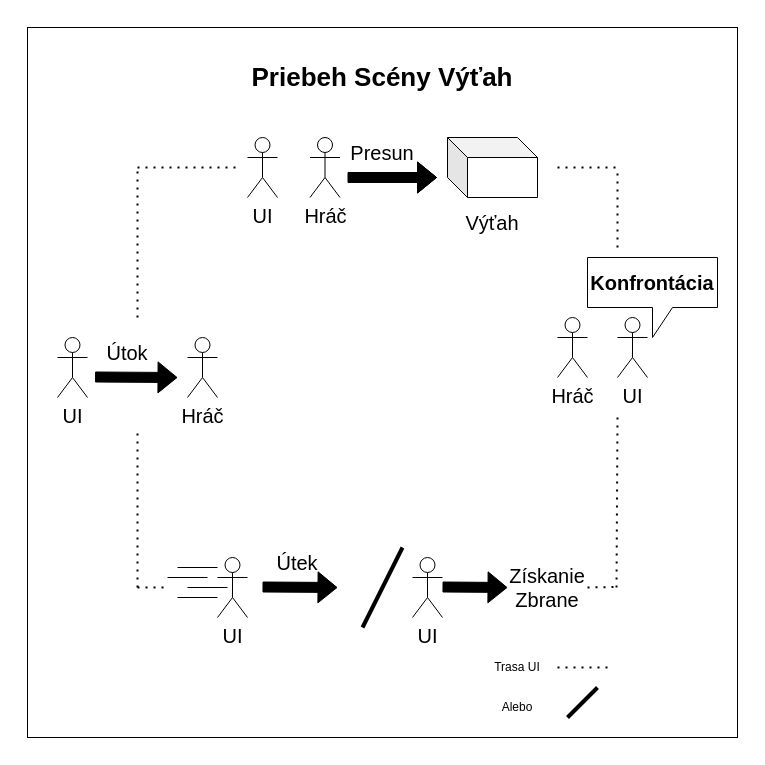
MatejMistik/bachelors-fear-factor keeps this draw.io diagram as ElevatorConcept.drawio. Above is the earlier version. Source tidied: cells renumbered, new cells numbered last; positions are measured from the earlier drawing's top-left corner, leaving out a move shared by most shapes. Both pictures are drawn from the tidied source at 100%, with x=0, y=0 at pixel (27, 27).
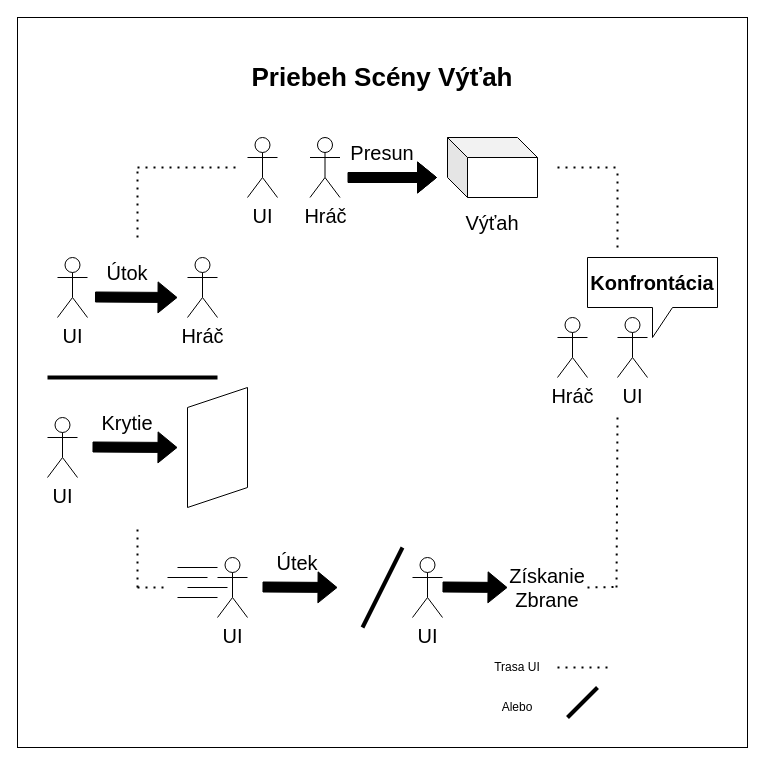
The same diagram, later.

Diff of the diagram source:
```diff
@@
-    <mxCell id="2" style="whiteSpace=wrap;html=1;fontSize=20;" parent="1" vertex="1">
-      <mxGeometry width="710" height="710" as="geometry" />
-    </mxCell>
+    <mxCell id="41" style="whiteSpace=wrap;html=1;" parent="1" vertex="1">
+      <mxGeometry x="-10" y="-10" width="730" height="730" as="geometry" />
+    </mxCell>
@@
     <mxCell id="5" style="endArrow=none;dashed=1;html=1;dashPattern=1 3;strokeWidth=2;rounded=0;" parent="1" edge="1">
       <mxGeometry relative="1" as="geometry">
         <mxPoint x="110" y="560" as="sourcePoint" />
-        <mxPoint x="110" y="400" as="targetPoint" />
+        <mxPoint x="110" y="500" as="targetPoint" />
       </mxGeometry>
     </mxCell>
@@
     <mxCell id="13" style="endArrow=none;dashed=1;html=1;dashPattern=1 3;strokeWidth=2;rounded=0;" parent="1" edge="1">
       <mxGeometry relative="1" as="geometry">
-        <mxPoint x="110" y="290" as="sourcePoint" />
+        <mxPoint x="110" y="210" as="sourcePoint" />
         <mxPoint x="110" y="140" as="targetPoint" />
       </mxGeometry>
     </mxCell>
@@
+    <mxCell id="37" value="&lt;font style=&quot;font-size: 20px;&quot;&gt;UI&lt;/font&gt;" style="shape=umlActor;verticalLabelPosition=bottom;verticalAlign=top;html=1;" parent="1" vertex="1">
+      <mxGeometry x="385" y="530" width="30" height="60" as="geometry" />
+    </mxCell>
+    <mxCell id="38" value="Presun" style="text;html=1;strokeColor=none;fillColor=none;align=center;verticalAlign=middle;whiteSpace=wrap;rounded=0;fontSize=20;" parent="1" vertex="1">
+      <mxGeometry x="325" y="110" width="60" height="30" as="geometry" />
+    </mxCell>
+    <mxCell id="39" value="Získanie Zbrane" style="text;html=1;strokeColor=none;fillColor=none;align=center;verticalAlign=middle;whiteSpace=wrap;rounded=0;fontSize=20;" parent="1" vertex="1">
+      <mxGeometry x="490" y="545" width="60" height="30" as="geometry" />
+    </mxCell>
+    <mxCell id="40" style="shape=flexArrow;endArrow=classic;html=1;rounded=0;fontSize=20;fillColor=#000000;" parent="1" edge="1">
+      <mxGeometry relative="1" as="geometry">
+        <mxPoint x="415" y="559.5" as="sourcePoint" />
+        <mxPoint x="480" y="560" as="targetPoint" />
+      </mxGeometry>
+    </mxCell>
     <mxCell id="33" value="&lt;font style=&quot;font-size: 20px;&quot;&gt;UI&lt;/font&gt;" style="shape=umlActor;verticalLabelPosition=bottom;verticalAlign=top;html=1;" parent="1" vertex="1">
-      <mxGeometry x="30" y="310" width="30" height="60" as="geometry" />
+      <mxGeometry x="30" y="230" width="30" height="60" as="geometry" />
     </mxCell>
     <mxCell id="34" style="shape=flexArrow;endArrow=classic;html=1;rounded=0;fontSize=20;fillColor=#000000;" parent="1" edge="1">
       <mxGeometry relative="1" as="geometry">
-        <mxPoint x="67.5" y="349.5" as="sourcePoint" />
-        <mxPoint x="150" y="350" as="targetPoint" />
+        <mxPoint x="67.5" y="269.5" as="sourcePoint" />
+        <mxPoint x="150" y="270" as="targetPoint" />
       </mxGeometry>
     </mxCell>
     <mxCell id="35" value="Útok" style="text;html=1;strokeColor=none;fillColor=none;align=center;verticalAlign=middle;whiteSpace=wrap;rounded=0;fontSize=20;" parent="1" vertex="1">
-      <mxGeometry x="70" y="310" width="60" height="30" as="geometry" />
+      <mxGeometry x="70" y="230" width="60" height="30" as="geometry" />
     </mxCell>
     <mxCell id="36" value="&lt;font style=&quot;font-size: 20px;&quot;&gt;Hráč&lt;/font&gt;" style="shape=umlActor;verticalLabelPosition=bottom;verticalAlign=top;html=1;" parent="1" vertex="1">
-      <mxGeometry x="160" y="310" width="30" height="60" as="geometry" />
+      <mxGeometry x="160" y="230" width="30" height="60" as="geometry" />
     </mxCell>
-    <mxCell id="37" value="&lt;font style=&quot;font-size: 20px;&quot;&gt;UI&lt;/font&gt;" style="shape=umlActor;verticalLabelPosition=bottom;verticalAlign=top;html=1;" parent="1" vertex="1">
-      <mxGeometry x="385" y="530" width="30" height="60" as="geometry" />
-    </mxCell>
-    <mxCell id="38" value="Presun" style="text;html=1;strokeColor=none;fillColor=none;align=center;verticalAlign=middle;whiteSpace=wrap;rounded=0;fontSize=20;" parent="1" vertex="1">
-      <mxGeometry x="325" y="110" width="60" height="30" as="geometry" />
-    </mxCell>
-    <mxCell id="39" value="Získanie Zbrane" style="text;html=1;strokeColor=none;fillColor=none;align=center;verticalAlign=middle;whiteSpace=wrap;rounded=0;fontSize=20;" parent="1" vertex="1">
-      <mxGeometry x="490" y="545" width="60" height="30" as="geometry" />
-    </mxCell>
-    <mxCell id="40" style="shape=flexArrow;endArrow=classic;html=1;rounded=0;fontSize=20;fillColor=#000000;" parent="1" edge="1">
-      <mxGeometry relative="1" as="geometry">
-        <mxPoint x="415" y="559.5" as="sourcePoint" />
-        <mxPoint x="480" y="560" as="targetPoint" />
-      </mxGeometry>
-    </mxCell>
+    <mxCell id="42" value="UI" style="shape=umlActor;verticalLabelPosition=bottom;verticalAlign=top;html=1;fontSize=20;" parent="1" vertex="1">
+      <mxGeometry x="20" y="390" width="30" height="60" as="geometry" />
+    </mxCell>
+    <mxCell id="43" style="shape=flexArrow;endArrow=classic;html=1;rounded=0;fontSize=20;fillColor=#000000;" parent="1" edge="1">
+      <mxGeometry relative="1" as="geometry">
+        <mxPoint x="65" y="419.5" as="sourcePoint" />
+        <mxPoint x="150" y="420" as="targetPoint" />
+      </mxGeometry>
+    </mxCell>
+    <mxCell id="44" value="Krytie" style="text;html=1;strokeColor=none;fillColor=none;align=center;verticalAlign=middle;whiteSpace=wrap;rounded=0;fontSize=20;" parent="1" vertex="1">
+      <mxGeometry x="70" y="380" width="60" height="30" as="geometry" />
+    </mxCell>
+    <mxCell id="45" style="shape=parallelogram;perimeter=parallelogramPerimeter;whiteSpace=wrap;html=1;fixedSize=1;fontSize=20;direction=north;flipV=1;" parent="1" vertex="1">
+      <mxGeometry x="160" y="360" width="60" height="120" as="geometry" />
+    </mxCell>
+    <mxCell id="46" style="endArrow=none;html=1;rounded=0;fontSize=40;strokeWidth=4;" parent="1" edge="1">
+      <mxGeometry relative="1" as="geometry">
+        <mxPoint x="20" y="350" as="sourcePoint" />
+        <mxPoint x="190" y="350" as="targetPoint" />
+      </mxGeometry>
+    </mxCell>
```
